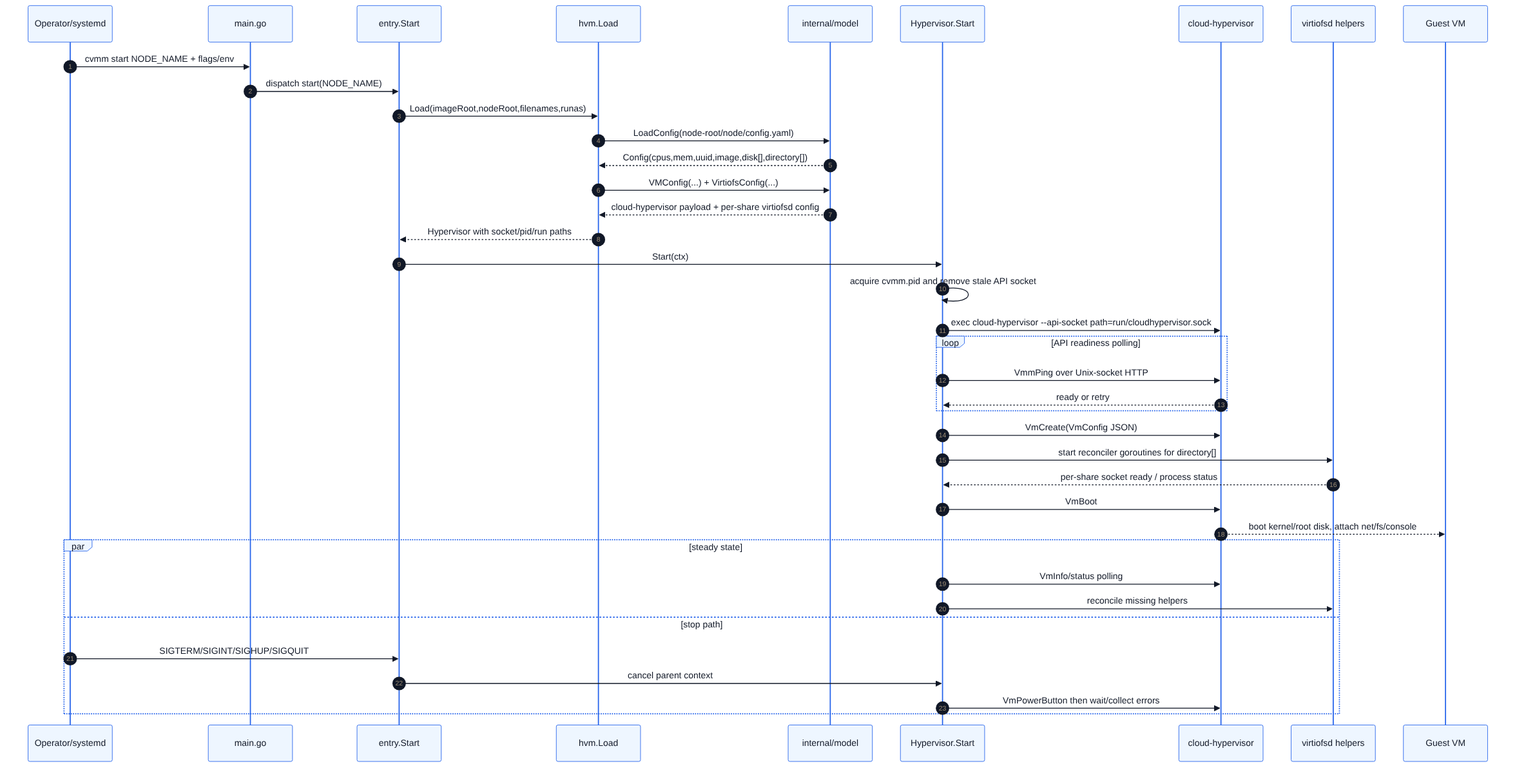
Earlier version of the Mermaid export docs/diagrams/request-decision-flow.png (spi-ca/cvmm). Its source is kept beside it as docs/diagrams/request-decision-flow.mmd.
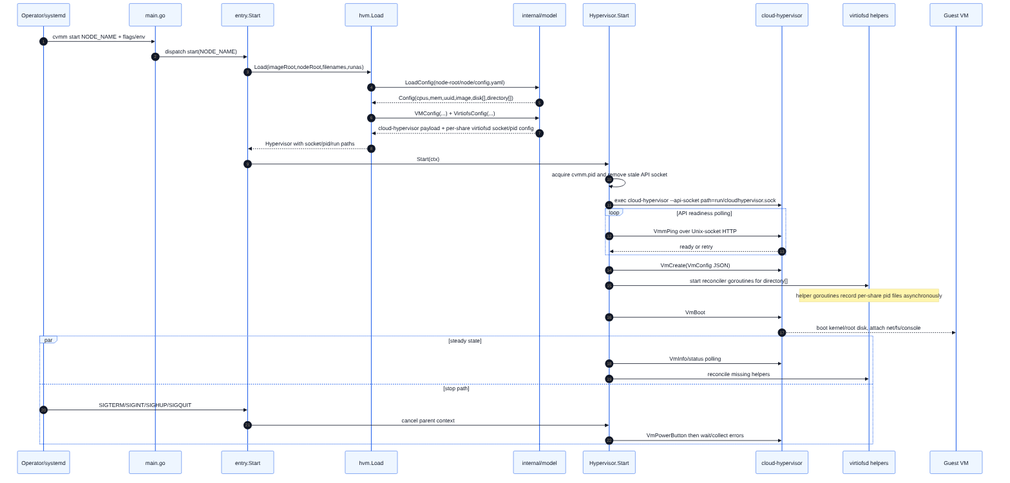
After the commit.

Change to the diagram source:
```diff
@@ -16,7 +16,7 @@
     Load->>Model: LoadConfig(node-root/node/config.yaml)
     Model-->>Load: Config(cpus,mem,uuid,image,disk[],directory[])
     Load->>Model: VMConfig(...) + VirtiofsConfig(...)
-    Model-->>Load: cloud-hypervisor payload + per-share virtiofsd config
+    Model-->>Load: cloud-hypervisor payload + per-share virtiofsd socket/pid config
     Load-->>Entry: Hypervisor with socket/pid/run paths
     Entry->>HV: Start(ctx)
     HV->>HV: acquire cvmm.pid and remove stale API socket
@@ -27,7 +27,7 @@
     end
     HV->>CH: VmCreate(VmConfig JSON)
     HV->>VFS: start reconciler goroutines for directory[]
-    VFS-->>HV: per-share socket ready / process status
+    Note over VFS: helper goroutines record per-share pid files asynchronously
     HV->>CH: VmBoot
     CH-->>Guest: boot kernel/root disk, attach net/fs/console
     par steady state
```
